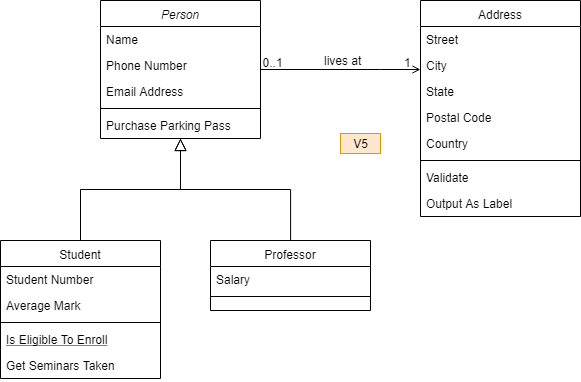
Above: diagram.png in bsmith1310/drawio-github (draw.io), before the change. Source tidied: cells renumbered, new cells last; positions are measured from the earlier drawing's top-left corner, leaving out a move shared by most shapes.
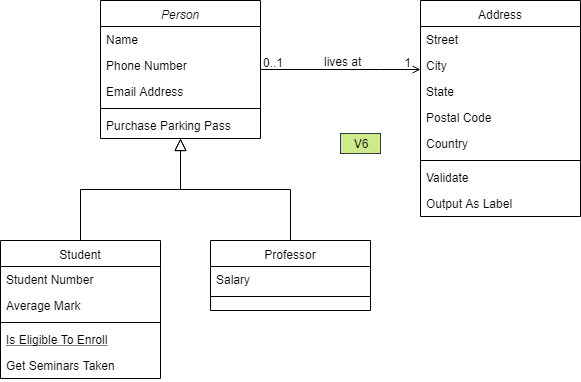
The same file after the commit.

Change to the diagram source:
```diff
@@ -111,7 +111,7 @@
         <mxPoint x="-38" y="40" as="offset" />
       </mxGeometry>
     </mxCell>
-    <mxCell id="32" value="V5" style="text;html=1;strokeColor=#d79b00;fillColor=#ffe6cc;align=center;verticalAlign=middle;whiteSpace=wrap;rounded=0;" parent="1" vertex="1">
+    <mxCell id="32" value="V6" style="text;html=1;strokeColor=#36393d;fillColor=#cdeb8b;align=center;verticalAlign=middle;whiteSpace=wrap;rounded=0;" parent="1" vertex="1">
       <mxGeometry x="340" y="133" width="40" height="20" as="geometry" />
     </mxCell>
   </root>
```
